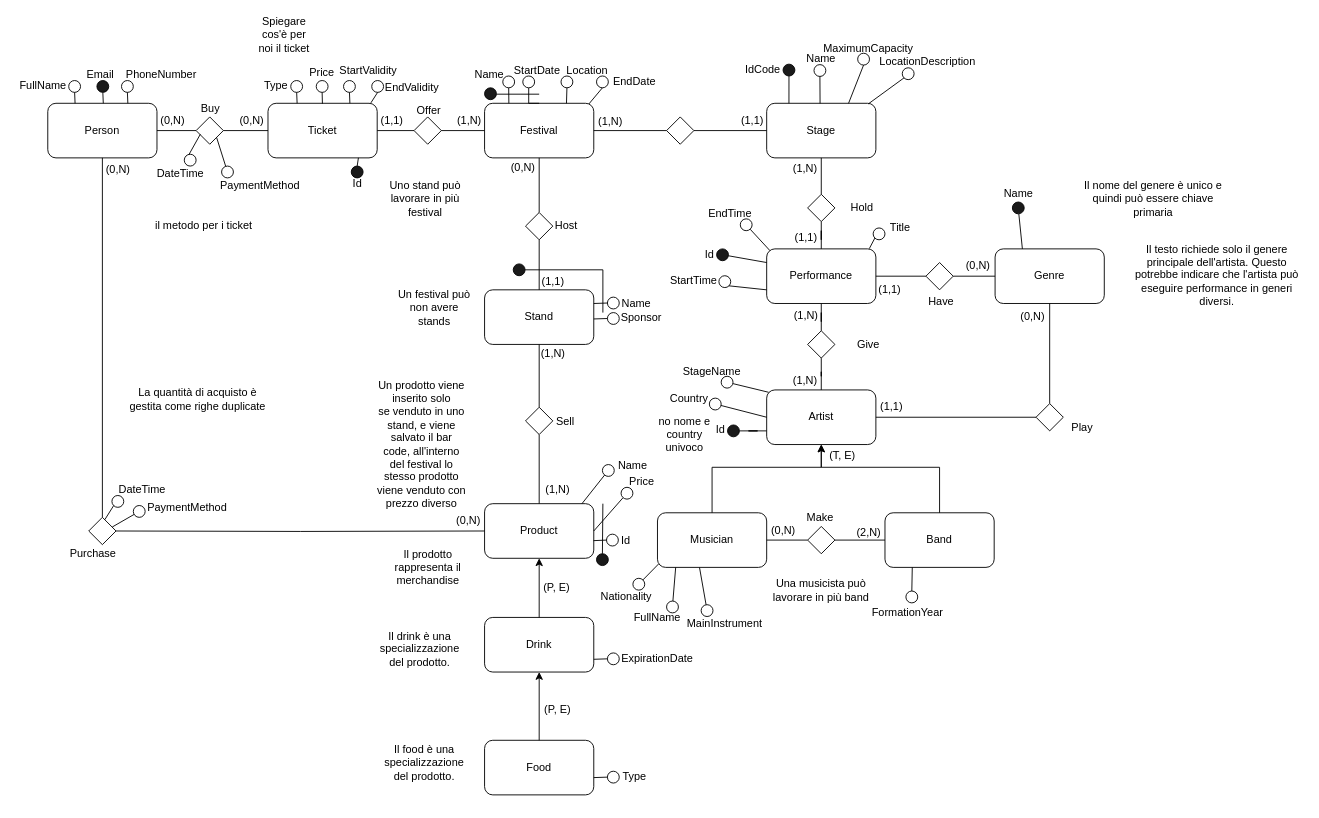
Before: progetto_EICTA.drawio in francescoaurora/EICTA, a draw.io diagram. Source tidied: cells renumbered, new cells numbered last; positions are measured from the earlier drawing's top-left corner, leaving out a move shared by most shapes. Both pictures are drawn from the tidied source at 91%, with x=0, y=0 at pixel (15, 21).
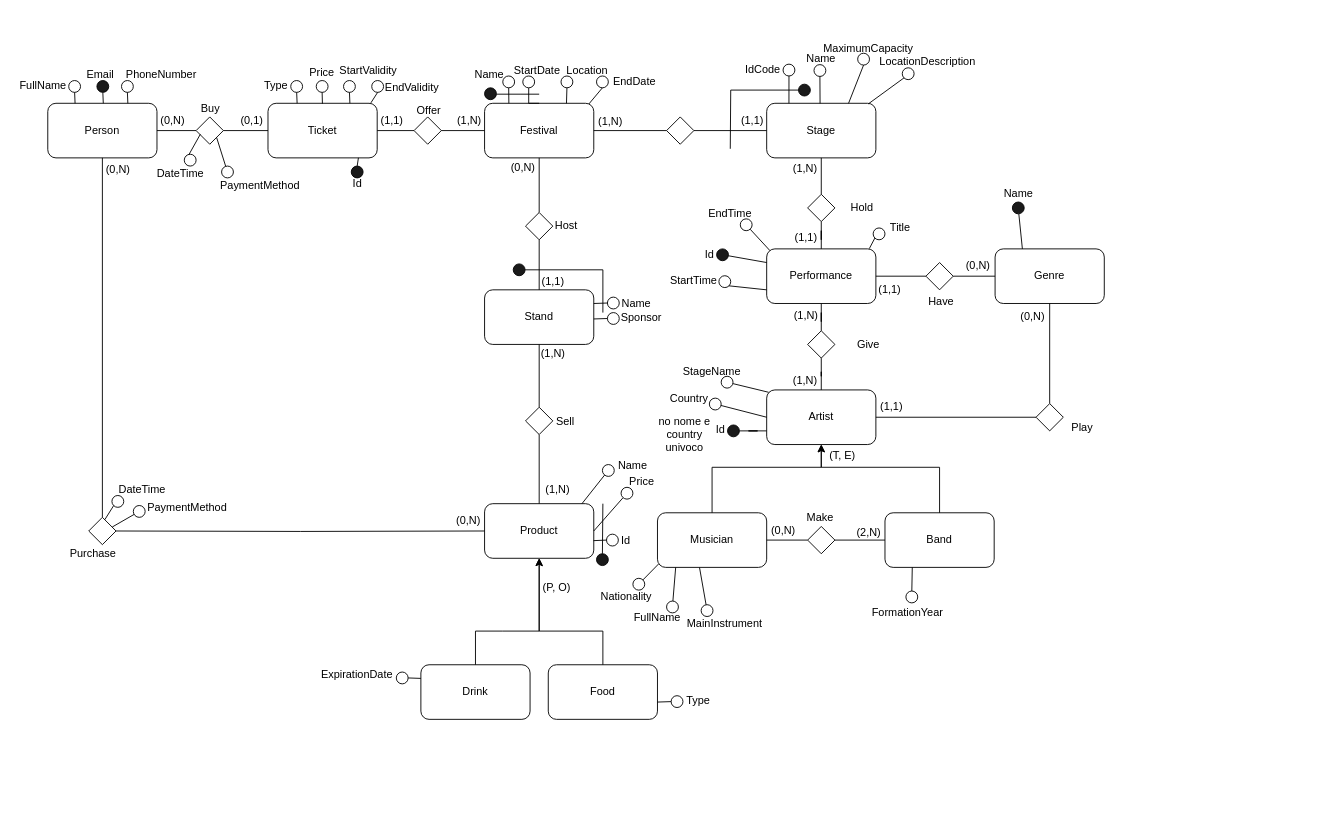
Above is the later version.

Unchanged cells that the change refers to:
```xml
<mxCell id="51" value="Product" style="rounded=1;whiteSpace=wrap;html=1;" parent="1" vertex="1">
  <mxGeometry x="515" y="530" width="120" height="60" as="geometry" />
</mxCell>
```

Change to the diagram source:
```diff
@@
-    <mxCell id="30" value="Una musicista può lavorare in più band" style="text;html=1;align=center;verticalAlign=middle;whiteSpace=wrap;rounded=0;" parent="1" vertex="1">
-      <mxGeometry x="825" y="600" width="120" height="50" as="geometry" />
-    </mxCell>
@@
-    <mxCell id="42" value="Il testo richiede solo il genere principale dell'artista. Questo potrebbe indicare che l'artista può eseguire performance in generi diversi." style="text;html=1;align=center;verticalAlign=middle;whiteSpace=wrap;rounded=0;" parent="1" vertex="1">
-      <mxGeometry x="1225" y="234" width="190" height="90" as="geometry" />
-    </mxCell>
@@
-    <mxCell id="49" value="Un festival può non avere stands" style="text;html=1;align=center;verticalAlign=middle;whiteSpace=wrap;rounded=0;" parent="1" vertex="1">
-      <mxGeometry x="415" y="280" width="90" height="70" as="geometry" />
-    </mxCell>
-    <mxCell id="50" value="Uno stand può lavorare in più festival" style="text;html=1;align=center;verticalAlign=middle;whiteSpace=wrap;rounded=0;" parent="1" vertex="1">
-      <mxGeometry x="405" y="160" width="90" height="70" as="geometry" />
-    </mxCell>
@@
-    <mxCell id="57" value="Un prodotto viene inserito solo se&amp;nbsp;venduto in uno stand, e viene salvato il bar code, all'interno del festival lo stesso prodotto viene venduto con prezzo diverso" style="text;html=1;align=center;verticalAlign=middle;rounded=0;whiteSpace=wrap;" parent="1" vertex="1">
-      <mxGeometry x="395.5" y="390" width="100" height="150" as="geometry" />
-    </mxCell>
     <mxCell id="58" value="Drink" style="rounded=1;whiteSpace=wrap;html=1;" parent="1" vertex="1">
-      <mxGeometry x="515" y="655" width="120" height="60" as="geometry" />
+      <mxGeometry x="445" y="707" width="120" height="60" as="geometry" />
     </mxCell>
     <mxCell id="59" value="Food" style="rounded=1;whiteSpace=wrap;html=1;" parent="1" vertex="1">
-      <mxGeometry x="515" y="790" width="120" height="60" as="geometry" />
+      <mxGeometry x="585" y="707" width="120" height="60" as="geometry" />
     </mxCell>
@@
-    <mxCell id="61" style="endArrow=classic;html=1;rounded=0;entryX=0.5;entryY=1;entryDx=0;entryDy=0;exitX=0.5;exitY=0;exitDx=0;exitDy=0;" parent="1" edge="1" source="59" target="58">
-      <mxGeometry relative="1" as="geometry" />
+    <mxCell id="61" style="endArrow=classic;html=1;rounded=0;exitX=0.5;exitY=0;exitDx=0;exitDy=0;" parent="1" edge="1" source="59">
+      <mxGeometry relative="1" as="geometry">
+        <mxPoint x="575" y="590" as="targetPoint" />
+        <Array as="points">
+          <mxPoint x="645" y="670" />
+          <mxPoint x="575" y="670" />
+        </Array>
+      </mxGeometry>
     </mxCell>
     <mxCell id="62" style="endArrow=classic;html=1;rounded=0;entryX=0.5;entryY=1;entryDx=0;entryDy=0;exitX=0.5;exitY=0;exitDx=0;exitDy=0;" parent="1" edge="1" source="58" target="51">
-      <mxGeometry relative="1" as="geometry" />
+      <mxGeometry relative="1" as="geometry">
+        <Array as="points">
+          <mxPoint x="505" y="670" />
+          <mxPoint x="535" y="670" />
+          <mxPoint x="575" y="670" />
+        </Array>
+      </mxGeometry>
     </mxCell>
-    <mxCell id="63" value="Il prodotto rappresenta il merchandise" style="text;html=1;align=center;verticalAlign=middle;whiteSpace=wrap;rounded=0;" parent="1" vertex="1">
-      <mxGeometry x="413" y="575" width="80" height="50" as="geometry" />
-    </mxCell>
-    <mxCell id="64" value="Il drink è una specializzazione del prodotto." style="text;html=1;align=center;verticalAlign=middle;whiteSpace=wrap;rounded=0;" parent="1" vertex="1">
-      <mxGeometry x="404" y="665" width="80" height="50" as="geometry" />
-    </mxCell>
-    <mxCell id="65" value="Il food è una specializzazione del prodotto." style="text;html=1;align=center;verticalAlign=middle;whiteSpace=wrap;rounded=0;" parent="1" vertex="1">
-      <mxGeometry x="409" y="790" width="80" height="50" as="geometry" />
-    </mxCell>
@@
-    <mxCell id="76" value="(0,N)" style="text;html=1;align=center;verticalAlign=middle;strokeColor=none;fillColor=none;" parent="1" vertex="1">
+    <mxCell id="76" value="(0,1)" style="text;html=1;align=center;verticalAlign=middle;strokeColor=none;fillColor=none;" parent="1" vertex="1">
       <mxGeometry x="234" y="94" width="50" height="30" as="geometry" />
     </mxCell>
@@
-    <mxCell id="84" value="(P, E)" style="text;html=1;align=center;verticalAlign=middle;strokeColor=none;fillColor=none;" parent="1" vertex="1">
+    <mxCell id="84" value="(P, O)" style="text;html=1;align=center;verticalAlign=middle;strokeColor=none;fillColor=none;" parent="1" vertex="1">
       <mxGeometry x="569" y="607" width="50" height="30" as="geometry" />
     </mxCell>
-    <mxCell id="85" value="(P, E)" style="text;html=1;align=center;verticalAlign=middle;strokeColor=none;fillColor=none;" parent="1" vertex="1">
-      <mxGeometry x="570" y="742" width="50" height="30" as="geometry" />
-    </mxCell>
@@
-    <mxCell id="102" style="ellipse;whiteSpace=wrap;html=1;fillColor=#1A1A1A;" parent="1" vertex="1">
+    <mxCell id="102" style="ellipse;whiteSpace=wrap;html=1;fillColor=#FFFFFF;" parent="1" vertex="1">
       <mxGeometry x="843" y="47" width="13" height="13" as="geometry" />
     </mxCell>
@@
-    <mxCell id="150" value="&amp;nbsp;il metodo per i ticket" style="text;html=1;whiteSpace=wrap;strokeColor=none;fillColor=none;align=center;verticalAlign=middle;rounded=0;" parent="1" vertex="1">
-      <mxGeometry x="135" y="210" width="140" height="30" as="geometry" />
-    </mxCell>
@@
     <mxCell id="175" style="ellipse;whiteSpace=wrap;html=1;" parent="1" vertex="1">
-      <mxGeometry x="650" y="694" width="13" height="13" as="geometry" />
+      <mxGeometry x="418" y="715" width="13" height="13" as="geometry" />
     </mxCell>
@@
-    <mxCell id="177" style="endArrow=none;html=1;rounded=0;entryX=1;entryY=0.25;entryDx=0;entryDy=0;exitX=0;exitY=0.5;exitDx=0;exitDy=0;" parent="1" edge="1" source="175">
-      <mxGeometry relative="1" as="geometry">
-        <mxPoint x="635" y="701" as="targetPoint" />
-      </mxGeometry>
+    <mxCell id="177" style="endArrow=none;html=1;rounded=0;entryX=0;entryY=0.25;entryDx=0;entryDy=0;exitX=1;exitY=0.5;exitDx=0;exitDy=0;" parent="1" edge="1" source="175" target="58">
+      <mxGeometry relative="1" as="geometry" />
     </mxCell>
@@
     <mxCell id="179" value="ExpirationDate" style="text;html=1;whiteSpace=wrap;strokeColor=none;fillColor=none;align=center;verticalAlign=middle;rounded=0;" parent="1" vertex="1">
-      <mxGeometry x="665" y="690" width="80" height="20" as="geometry" />
+      <mxGeometry x="335" y="708" width="80" height="20" as="geometry" />
     </mxCell>
@@
     <mxCell id="181" style="ellipse;whiteSpace=wrap;html=1;" parent="1" vertex="1">
-      <mxGeometry x="650" y="824" width="13" height="13" as="geometry" />
+      <mxGeometry x="720" y="741" width="13" height="13" as="geometry" />
     </mxCell>
@@
     <mxCell id="183" style="endArrow=none;html=1;rounded=0;entryX=1;entryY=0.25;entryDx=0;entryDy=0;exitX=0;exitY=0.5;exitDx=0;exitDy=0;" parent="1" edge="1" source="181">
       <mxGeometry relative="1" as="geometry">
-        <mxPoint x="635" y="831" as="targetPoint" />
+        <mxPoint x="705" y="748" as="targetPoint" />
       </mxGeometry>
     </mxCell>
     <mxCell id="184" value="Type" style="text;html=1;whiteSpace=wrap;strokeColor=none;fillColor=none;align=center;verticalAlign=middle;rounded=0;" parent="1" vertex="1">
-      <mxGeometry x="665" y="820" width="30" height="20" as="geometry" />
+      <mxGeometry x="735" y="737" width="30" height="20" as="geometry" />
     </mxCell>
@@
-    <mxCell id="210" value="Spiegare cos'è per noi il ticket" style="text;html=1;whiteSpace=wrap;strokeColor=none;fillColor=none;align=center;verticalAlign=middle;rounded=0;" parent="1" vertex="1">
-      <mxGeometry x="265" width="60" height="30" as="geometry" />
-    </mxCell>
@@
-    <mxCell id="213" value="La quantità di acquisto è gestita come righe duplicate" style="text;html=1;whiteSpace=wrap;strokeColor=none;fillColor=none;align=center;verticalAlign=middle;rounded=0;" parent="1" vertex="1">
-      <mxGeometry x="115" y="400" width="170" height="30" as="geometry" />
-    </mxCell>
@@
-    <mxCell id="217" value="Il nome del genere è unico e quindi può essere chiave primaria" style="text;html=1;whiteSpace=wrap;strokeColor=none;fillColor=none;align=center;verticalAlign=middle;rounded=0;" parent="1" vertex="1">
-      <mxGeometry x="1165" y="170" width="170" height="50" as="geometry" />
-    </mxCell>
@@
+    <mxCell id="224" style="edgeStyle=orthogonalEdgeStyle;rounded=0;jettySize=auto;html=1;endArrow=none;endFill=0;" parent="1" edge="1" source="225">
+      <mxGeometry relative="1" as="geometry">
+        <mxPoint x="785" y="140" as="targetPoint" />
+      </mxGeometry>
+    </mxCell>
+    <mxCell id="225" style="ellipse;whiteSpace=wrap;html=1;fillColor=#1A1A1A;" parent="1" vertex="1">
+      <mxGeometry x="860" y="69" width="13" height="13" as="geometry" />
+    </mxCell>
```
